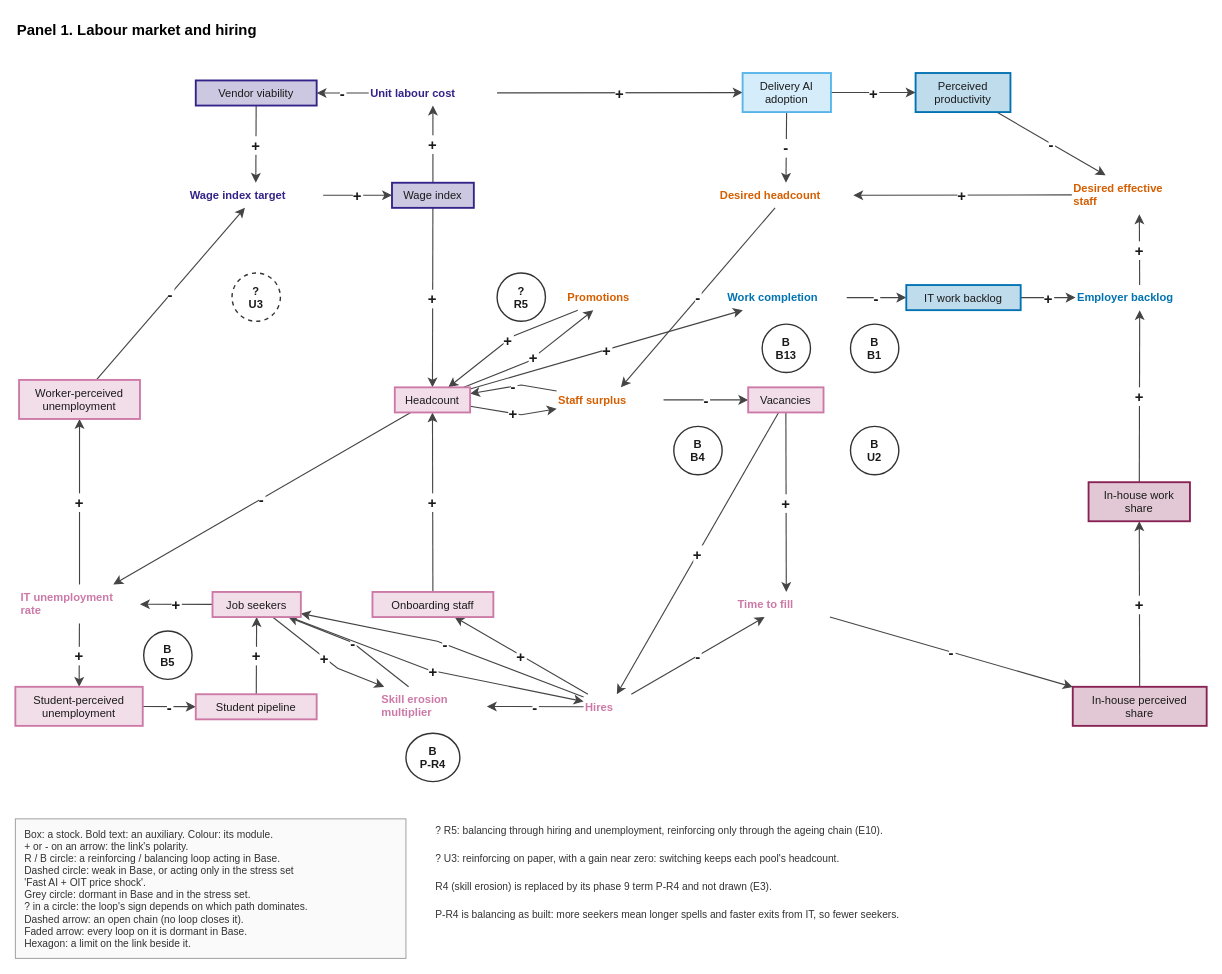
This is docs/model/diagrams/panel-labour.drawio from stravoris-tech/ai-it-labour-sim, a draw.io file, before an edit. Source tidied: cells renumbered, new cells numbered last; positions are measured from the earlier drawing's top-left corner, leaving out a move shared by most shapes. Both pictures are drawn from the tidied source at 93%, with x=0, y=0 at pixel (15, 15).
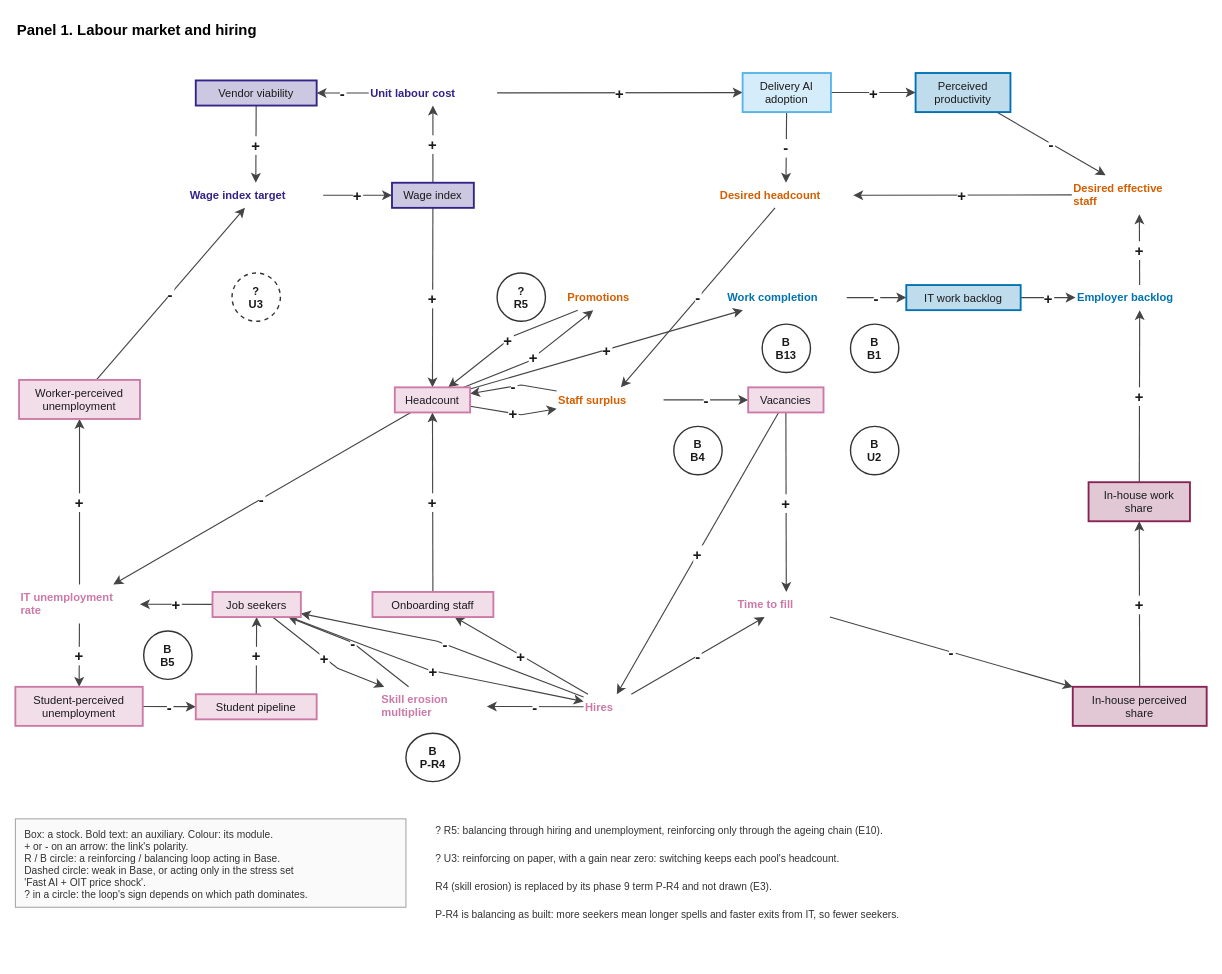
The same diagram, later.

Change to the diagram source:
```diff
@@
-    <mxCell id="77" value="Box: a stock. Bold text: an auxiliary. Colour: its module.&#10;+ or - on an arrow: the link's polarity.&#10;R / B circle: a reinforcing / balancing loop acting in Base.&#10;Dashed circle: weak in Base, or acting only in the stress set&#10;  'Fast AI + OIT price shock'.&#10;Grey circle: dormant in Base and in the stress set.&#10;? in a circle: the loop's sign depends on which path dominates.&#10;Dashed arrow: an open chain (no loop closes it).&#10;Faded arrow: every loop on it is dormant in Base.&#10;Hexagon: a limit on the link beside it." style="html=0;fontFamily=Helvetica;fontSize=12;text;align=left;verticalAlign=top;spacingLeft=8;spacingTop=4;fontSize=11;strokeColor=#999999;fillColor=#FAFAFA;fontColor=#333333;" parent="1" vertex="1">
-      <mxGeometry y="864" width="420" height="150" as="geometry" />
+    <mxCell id="77" value="Box: a stock. Bold text: an auxiliary. Colour: its module.&#10;+ or - on an arrow: the link's polarity.&#10;R / B circle: a reinforcing / balancing loop acting in Base.&#10;Dashed circle: weak in Base, or acting only in the stress set&#10;  'Fast AI + OIT price shock'.&#10;? in a circle: the loop's sign depends on which path dominates." style="html=0;fontFamily=Helvetica;fontSize=12;text;align=left;verticalAlign=top;spacingLeft=8;spacingTop=4;fontSize=11;strokeColor=#999999;fillColor=#FAFAFA;fontColor=#333333;" parent="1" vertex="1">
+      <mxGeometry y="864" width="420" height="95" as="geometry" />
     </mxCell>
```
